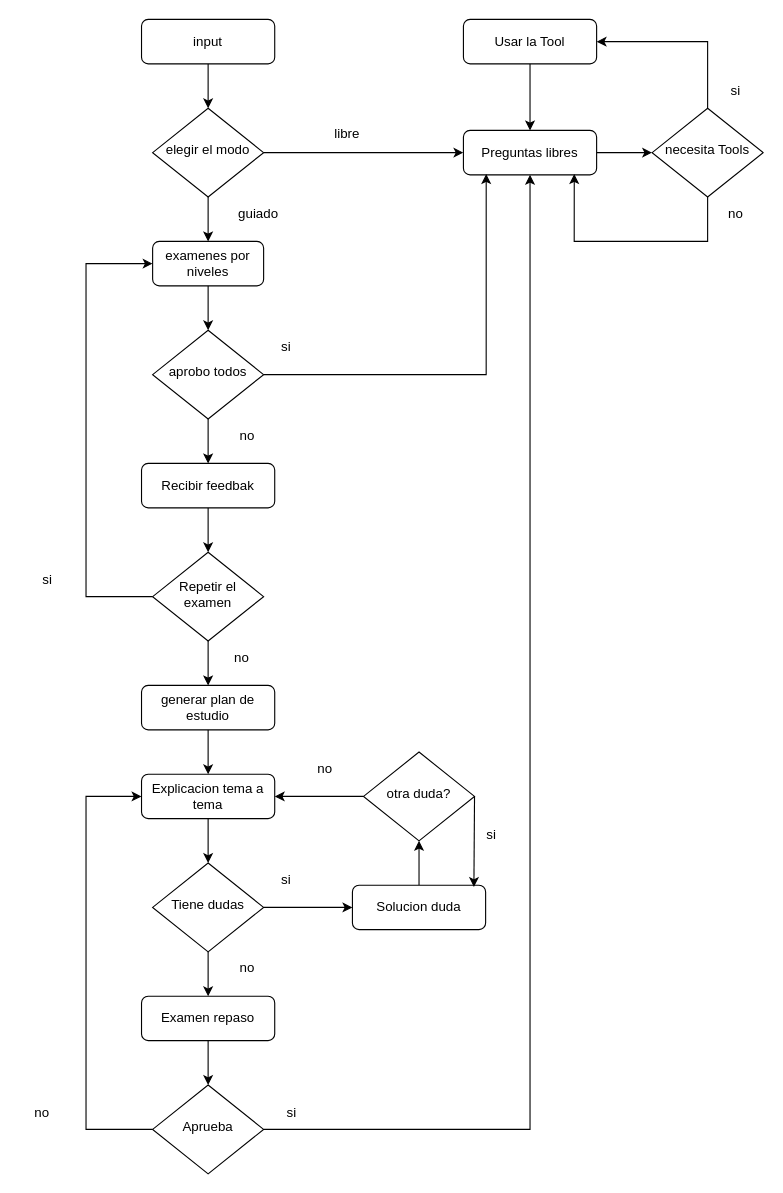
Earlier version of the draw.io diagram diagrams/flujo del proceso.drawio (josemgoji/custom_agent). Source tidied: cells renumbered, new cells numbered last; positions are measured from the earlier drawing's top-left corner, leaving out a move shared by most shapes. Both pictures are drawn from the tidied source at 111%, with x=0, y=0 at pixel (19, 19).
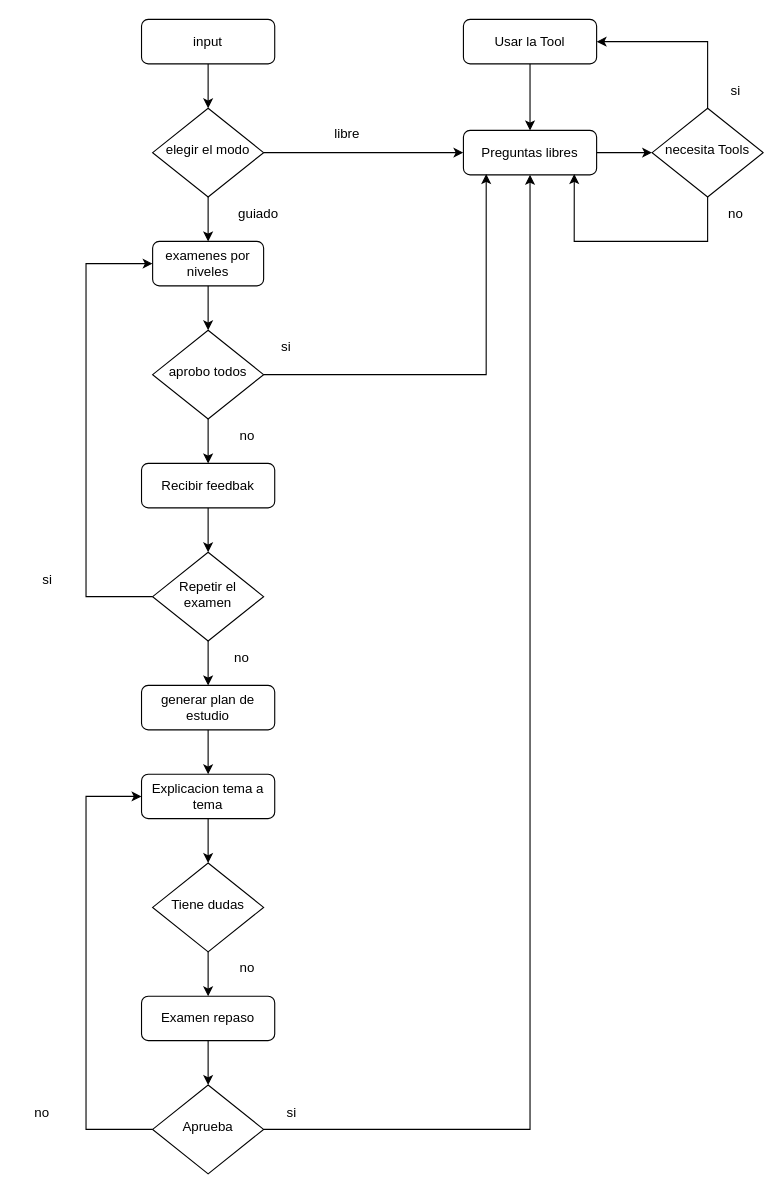
After the change.

The change refers to these unchanged cells:
```xml
<mxCell id="22" value="Explicacion tema a tema" style="rounded=1;whiteSpace=wrap;html=1;fontSize=12;glass=0;strokeWidth=1;shadow=0;" parent="1" vertex="1">
  <mxGeometry x="110" y="680" width="120" height="40" as="geometry" />
</mxCell>
<mxCell id="25" value="Tiene dudas" style="rhombus;whiteSpace=wrap;html=1;shadow=0;fontFamily=Helvetica;fontSize=12;align=center;strokeWidth=1;spacing=6;spacingTop=-4;" parent="1" vertex="1">
  <mxGeometry x="120" y="760" width="100" height="80" as="geometry" />
</mxCell>
```

What changed in the source:
```diff
@@
-    <mxCell id="24" style="edgeStyle=orthogonalEdgeStyle;rounded=0;jettySize=auto;html=1;exitX=1;exitY=0.5;exitDx=0;exitDy=0;entryX=0;entryY=0.5;entryDx=0;entryDy=0;" parent="1" edge="1" source="25" target="27">
-      <mxGeometry relative="1" as="geometry" />
-    </mxCell>
@@
-    <mxCell id="26" style="edgeStyle=none;html=1;exitX=0.5;exitY=0;exitDx=0;exitDy=0;entryX=0.5;entryY=1;entryDx=0;entryDy=0;" parent="1" edge="1" source="27" target="51">
-      <mxGeometry relative="1" as="geometry" />
-    </mxCell>
-    <mxCell id="27" value="Solucion duda" style="rounded=1;whiteSpace=wrap;html=1;fontSize=12;glass=0;strokeWidth=1;shadow=0;" parent="1" vertex="1">
-      <mxGeometry x="300" y="780" width="120" height="40" as="geometry" />
-    </mxCell>
@@
-    <mxCell id="46" value="si" style="text;html=1;align=center;verticalAlign=middle;strokeColor=none;fillColor=none;" parent="1" vertex="1">
-      <mxGeometry x="225" y="760" width="30" height="30" as="geometry" />
-    </mxCell>
@@
-    <mxCell id="50" style="edgeStyle=none;html=1;exitX=0;exitY=0.5;exitDx=0;exitDy=0;" parent="1" edge="1" source="51" target="22">
-      <mxGeometry relative="1" as="geometry" />
-    </mxCell>
-    <mxCell id="51" value="otra duda?" style="rhombus;whiteSpace=wrap;html=1;shadow=0;fontFamily=Helvetica;fontSize=12;align=center;strokeWidth=1;spacing=6;spacingTop=-4;" parent="1" vertex="1">
-      <mxGeometry x="310" y="660" width="100" height="80" as="geometry" />
-    </mxCell>
-    <mxCell id="52" style="edgeStyle=none;html=1;exitX=1;exitY=0.5;exitDx=0;exitDy=0;entryX=0.912;entryY=0.041;entryDx=0;entryDy=0;entryPerimeter=0;" parent="1" edge="1" source="51" target="27">
-      <mxGeometry relative="1" as="geometry" />
-    </mxCell>
-    <mxCell id="53" value="si" style="text;html=1;align=center;verticalAlign=middle;strokeColor=none;fillColor=none;" parent="1" vertex="1">
-      <mxGeometry x="410" y="720" width="30" height="30" as="geometry" />
-    </mxCell>
-    <mxCell id="54" value="no" style="text;html=1;align=center;verticalAlign=middle;strokeColor=none;fillColor=none;" parent="1" vertex="1">
-      <mxGeometry x="255" y="660" width="40" height="30" as="geometry" />
-    </mxCell>
```
